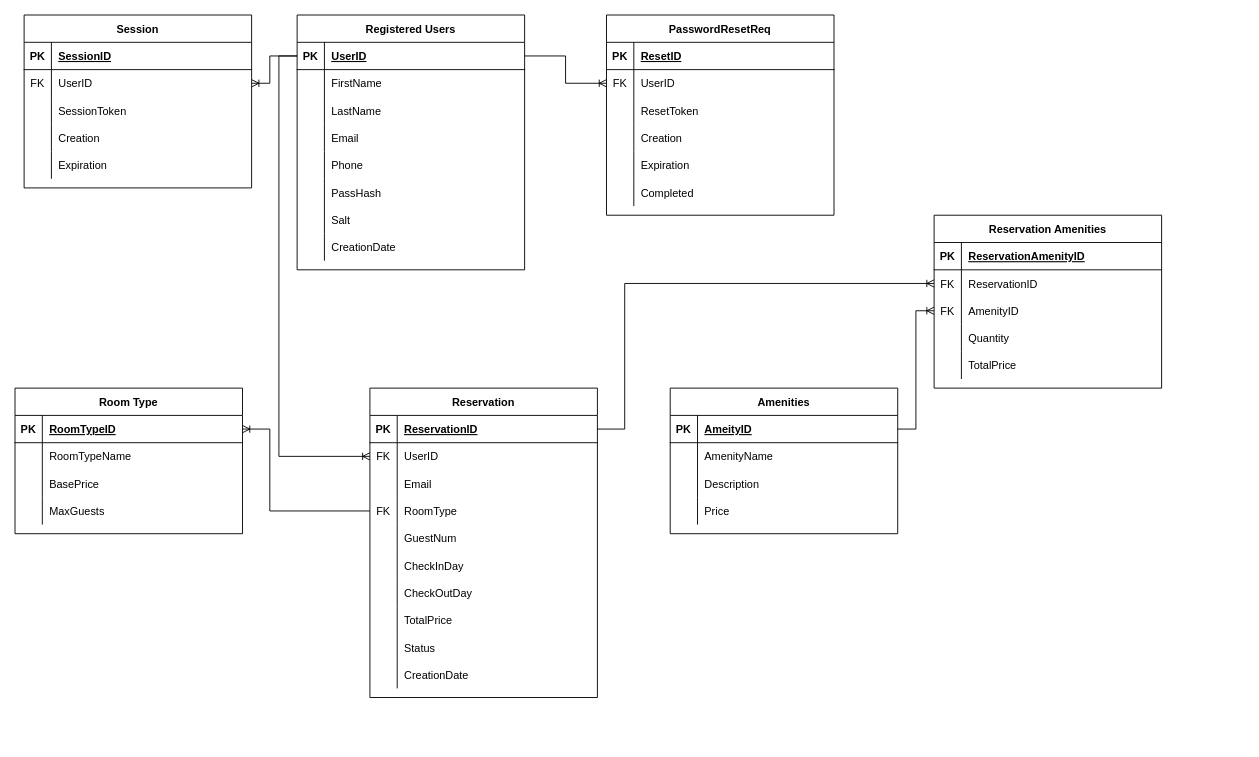
Before: MoffatBayDB_JohnRendition.drawio in RUKtheCROOK/Moffat-Bay, a draw.io diagram. Source tidied: cells renumbered, new cells numbered last; positions are measured from the earlier drawing's top-left corner, leaving out a move shared by most shapes. Both pictures are drawn from the tidied source at 91%, with x=0, y=0 at pixel (15, 15).
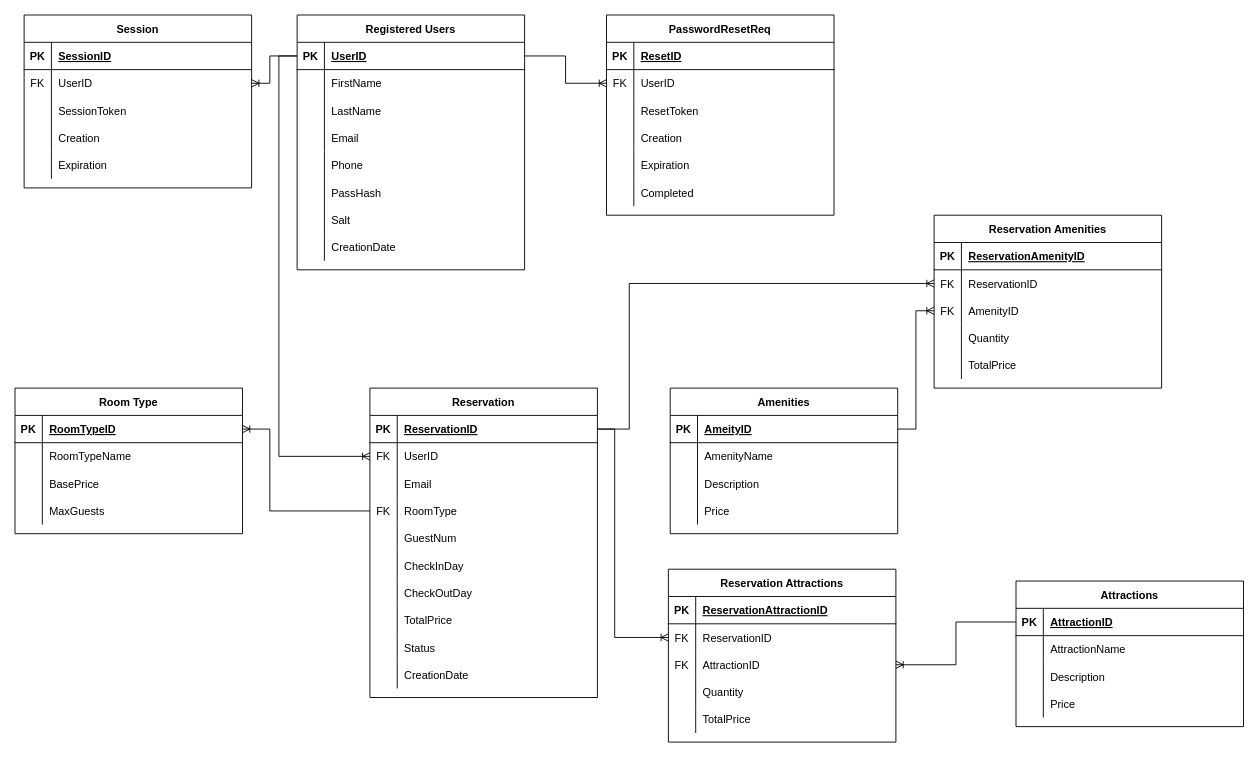
After the change.

Commit message (it also covers changes not shown here):
Update for amenity and attractions

Unchanged cells that the change refers to:
```xml
<mxCell id="3" style="shape=partialRectangle;fillColor=none;points=[[0,0.5],[1,0.5]];portConstraint=eastwest;top=0;left=0;right=0;bottom=1;" parent="2" vertex="1">
  <mxGeometry y="30" width="250" height="30" as="geometry" />
</mxCell>
<mxCell id="75" style="shape=partialRectangle;fillColor=none;points=[[0,0.5],[1,0.5]];portConstraint=eastwest;top=0;left=0;right=0;bottom=0;" parent="71" vertex="1">
  <mxGeometry y="60" width="250" height="30" as="geometry" />
</mxCell>
```

The edit, as a diff of the source:
```diff
@@
     <mxCell id="139" style="edgeStyle=orthogonalEdgeStyle;rounded=0;jettySize=auto;html=1;exitX=1;exitY=0.5;exitDx=0;exitDy=0;entryX=0;entryY=0.5;entryDx=0;entryDy=0;endArrow=ERoneToMany;endFill=0;" parent="1" edge="1" source="3" target="75">
       <mxGeometry relative="1" as="geometry">
         <Array as="points">
-          <mxPoint x="670" y="455" />
-          <mxPoint x="670" y="295" />
+          <mxPoint x="675" y="455" />
+          <mxPoint x="675" y="295" />
         </Array>
       </mxGeometry>
     </mxCell>
@@
+    <mxCell id="141" value="Reservation Attractions" style="shape=table;startSize=30;childLayout=tableLayout;rowLines=0;fontStyle=1;align=center;" parent="1" vertex="1">
+      <mxGeometry x="718" y="609" width="250" height="190" as="geometry" />
+    </mxCell>
+    <mxCell id="142" style="shape=partialRectangle;fillColor=none;top=0;left=0;right=0;bottom=1;" parent="141" vertex="1">
+      <mxGeometry y="30" width="250" height="30" as="geometry" />
+    </mxCell>
+    <mxCell id="143" value="PK" style="shape=partialRectangle;overflow=hidden;fillColor=none;top=0;left=0;bottom=0;right=0;fontStyle=1;" parent="142" vertex="1">
+      <mxGeometry width="30" height="30" as="geometry" />
+    </mxCell>
+    <mxCell id="144" value="ReservationAttractionID" style="shape=partialRectangle;overflow=hidden;fillColor=none;top=0;left=0;bottom=0;right=0;align=left;spacingLeft=6;fontStyle=5;" parent="142" vertex="1">
+      <mxGeometry x="30" width="220" height="30" as="geometry" />
+    </mxCell>
+    <mxCell id="145" style="shape=partialRectangle;fillColor=none;points=[[0,0.5],[1,0.5]];portConstraint=eastwest;top=0;left=0;right=0;bottom=0;" parent="141" vertex="1">
+      <mxGeometry y="60" width="250" height="30" as="geometry" />
+    </mxCell>
+    <mxCell id="146" value="FK" style="shape=partialRectangle;overflow=hidden;fillColor=none;top=0;left=0;bottom=0;right=0;" parent="145" vertex="1">
+      <mxGeometry width="30" height="30" as="geometry" />
+    </mxCell>
+    <mxCell id="147" value="ReservationID" style="shape=partialRectangle;overflow=hidden;fillColor=none;top=0;left=0;bottom=0;right=0;align=left;spacingLeft=6;" parent="145" vertex="1">
+      <mxGeometry x="30" width="220" height="30" as="geometry" />
+    </mxCell>
+    <mxCell id="148" style="shape=partialRectangle;fillColor=none;points=[[0,0.5],[1,0.5]];portConstraint=eastwest;top=0;left=0;right=0;bottom=0;" parent="141" vertex="1">
+      <mxGeometry y="90" width="250" height="30" as="geometry" />
+    </mxCell>
+    <mxCell id="149" value="FK" style="shape=partialRectangle;overflow=hidden;fillColor=none;top=0;left=0;bottom=0;right=0;" parent="148" vertex="1">
+      <mxGeometry width="30" height="30" as="geometry" />
+    </mxCell>
+    <mxCell id="150" value="AttractionID" style="shape=partialRectangle;overflow=hidden;fillColor=none;top=0;left=0;bottom=0;right=0;align=left;spacingLeft=6;" parent="148" vertex="1">
+      <mxGeometry x="30" width="220" height="30" as="geometry" />
+    </mxCell>
+    <mxCell id="151" style="shape=partialRectangle;fillColor=none;top=0;left=0;right=0;bottom=0;" parent="141" vertex="1">
+      <mxGeometry y="120" width="250" height="30" as="geometry" />
+    </mxCell>
+    <mxCell id="152" style="shape=partialRectangle;overflow=hidden;fillColor=none;top=0;left=0;bottom=0;right=0;" parent="151" vertex="1">
+      <mxGeometry width="30" height="30" as="geometry" />
+    </mxCell>
+    <mxCell id="153" value="Quantity" style="shape=partialRectangle;overflow=hidden;fillColor=none;top=0;left=0;bottom=0;right=0;align=left;spacingLeft=6;" parent="151" vertex="1">
+      <mxGeometry x="30" width="220" height="30" as="geometry" />
+    </mxCell>
+    <mxCell id="154" style="shape=partialRectangle;fillColor=none;top=0;left=0;right=0;bottom=0;" parent="141" vertex="1">
+      <mxGeometry y="150" width="250" height="30" as="geometry" />
+    </mxCell>
+    <mxCell id="155" style="shape=partialRectangle;overflow=hidden;fillColor=none;top=0;left=0;bottom=0;right=0;" parent="154" vertex="1">
+      <mxGeometry width="30" height="30" as="geometry" />
+    </mxCell>
+    <mxCell id="156" value="TotalPrice" style="shape=partialRectangle;overflow=hidden;fillColor=none;top=0;left=0;bottom=0;right=0;align=left;spacingLeft=6;" parent="154" vertex="1">
+      <mxGeometry x="30" width="220" height="30" as="geometry" />
+    </mxCell>
+    <mxCell id="157" value="Attractions" style="shape=table;startSize=30;childLayout=tableLayout;rowLines=0;fontStyle=1;align=center;" parent="1" vertex="1">
+      <mxGeometry x="1100" y="622" width="250" height="160" as="geometry" />
+    </mxCell>
+    <mxCell id="158" style="shape=partialRectangle;fillColor=none;points=[[0,0.5],[1,0.5]];portConstraint=eastwest;top=0;left=0;right=0;bottom=1;" parent="157" vertex="1">
+      <mxGeometry y="30" width="250" height="30" as="geometry" />
+    </mxCell>
+    <mxCell id="159" value="PK" style="shape=partialRectangle;overflow=hidden;fillColor=none;top=0;left=0;bottom=0;right=0;fontStyle=1;" parent="158" vertex="1">
+      <mxGeometry width="30" height="30" as="geometry" />
+    </mxCell>
+    <mxCell id="160" value="AttractionID" style="shape=partialRectangle;overflow=hidden;fillColor=none;top=0;left=0;bottom=0;right=0;align=left;spacingLeft=6;fontStyle=5;" parent="158" vertex="1">
+      <mxGeometry x="30" width="220" height="30" as="geometry" />
+    </mxCell>
+    <mxCell id="161" style="shape=partialRectangle;fillColor=none;top=0;left=0;right=0;bottom=0;" parent="157" vertex="1">
+      <mxGeometry y="60" width="250" height="30" as="geometry" />
+    </mxCell>
+    <mxCell id="162" style="shape=partialRectangle;overflow=hidden;fillColor=none;top=0;left=0;bottom=0;right=0;" parent="161" vertex="1">
+      <mxGeometry width="30" height="30" as="geometry" />
+    </mxCell>
+    <mxCell id="163" value="AttractionName" style="shape=partialRectangle;overflow=hidden;fillColor=none;top=0;left=0;bottom=0;right=0;align=left;spacingLeft=6;" parent="161" vertex="1">
+      <mxGeometry x="30" width="220" height="30" as="geometry" />
+    </mxCell>
+    <mxCell id="164" style="shape=partialRectangle;fillColor=none;top=0;left=0;right=0;bottom=0;" parent="157" vertex="1">
+      <mxGeometry y="90" width="250" height="30" as="geometry" />
+    </mxCell>
+    <mxCell id="165" style="shape=partialRectangle;overflow=hidden;fillColor=none;top=0;left=0;bottom=0;right=0;" parent="164" vertex="1">
+      <mxGeometry width="30" height="30" as="geometry" />
+    </mxCell>
+    <mxCell id="166" value="Description" style="shape=partialRectangle;overflow=hidden;fillColor=none;top=0;left=0;bottom=0;right=0;align=left;spacingLeft=6;" parent="164" vertex="1">
+      <mxGeometry x="30" width="220" height="30" as="geometry" />
+    </mxCell>
+    <mxCell id="167" style="shape=partialRectangle;fillColor=none;top=0;left=0;right=0;bottom=0;" parent="157" vertex="1">
+      <mxGeometry y="120" width="250" height="30" as="geometry" />
+    </mxCell>
+    <mxCell id="168" style="shape=partialRectangle;overflow=hidden;fillColor=none;top=0;left=0;bottom=0;right=0;" parent="167" vertex="1">
+      <mxGeometry width="30" height="30" as="geometry" />
+    </mxCell>
+    <mxCell id="169" value="Price" style="shape=partialRectangle;overflow=hidden;fillColor=none;top=0;left=0;bottom=0;right=0;align=left;spacingLeft=6;" parent="167" vertex="1">
+      <mxGeometry x="30" width="220" height="30" as="geometry" />
+    </mxCell>
+    <mxCell id="170" style="edgeStyle=orthogonalEdgeStyle;rounded=0;jettySize=auto;html=1;exitX=1;exitY=0.5;exitDx=0;exitDy=0;entryX=0;entryY=0.5;entryDx=0;entryDy=0;endArrow=ERoneToMany;endFill=0;" parent="1" edge="1" source="3" target="145">
+      <mxGeometry relative="1" as="geometry">
+        <Array as="points">
+          <mxPoint x="659" y="455" />
+          <mxPoint x="659" y="684" />
+        </Array>
+      </mxGeometry>
+    </mxCell>
+    <mxCell id="171" style="edgeStyle=orthogonalEdgeStyle;rounded=0;jettySize=auto;html=1;exitX=0;exitY=0.5;exitDx=0;exitDy=0;entryX=1;entryY=0.5;entryDx=0;entryDy=0;endArrow=ERoneToMany;endFill=0;" parent="1" edge="1" source="158" target="148">
+      <mxGeometry relative="1" as="geometry" />
+    </mxCell>
```
